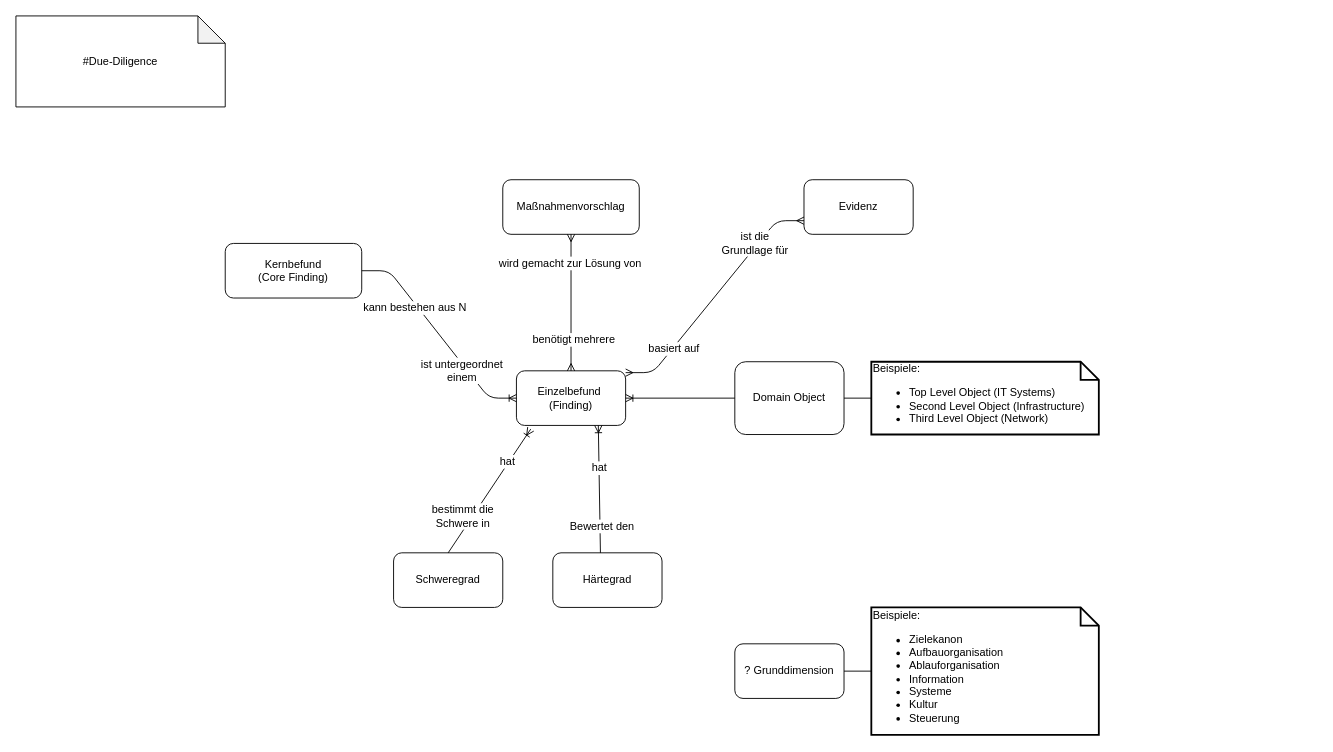
Above: informationsmodell.drawio in fguendling/due-diligence-tool (draw.io), before the change. Source tidied: cells renumbered, new cells numbered last; positions are measured from the earlier drawing's top-left corner, leaving out a move shared by most shapes. Both pictures are drawn from the tidied source at 91%, with x=0, y=0 at pixel (15, 15).
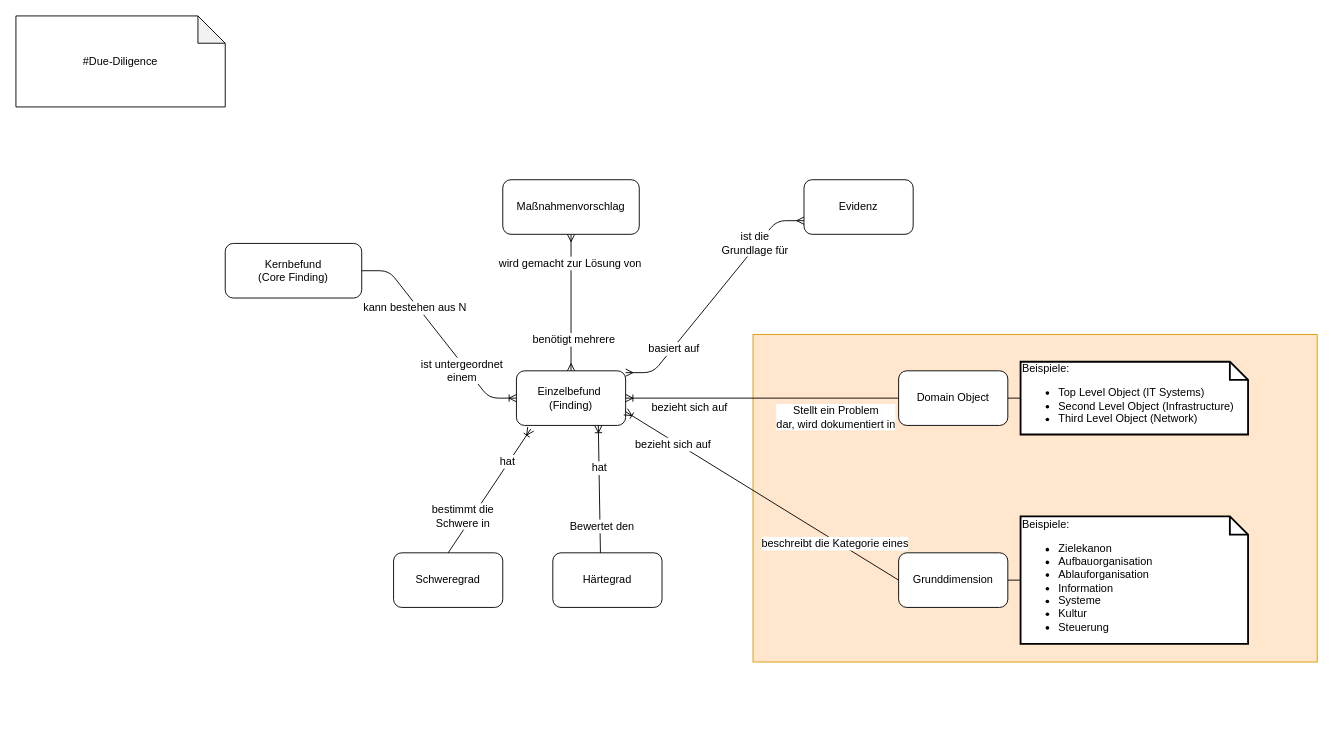
Above is the later version.

The change refers to these unchanged cells:
```xml
<mxCell id="3" value="&lt;span style=&quot;white-space: normal&quot;&gt;Einzelbefund&amp;nbsp;&lt;/span&gt;&lt;br style=&quot;white-space: normal&quot;&gt;&lt;span style=&quot;white-space: normal&quot;&gt;(Finding)&lt;/span&gt;" style="rounded=1;whiteSpace=wrap;html=1;" parent="1" vertex="1">
  <mxGeometry x="550" y="390" width="120" height="60" as="geometry" />
</mxCell>
<mxCell id="26" style="fontSize=12;html=1;endArrow=ERoneToMany;entryX=1;entryY=0.5;entryDx=0;entryDy=0;exitX=0;exitY=0.5;exitDx=0;exitDy=0;" parent="1" edge="1" source="11" target="3">
  <mxGeometry relative="1" as="geometry" />
</mxCell>
```

Diff of the diagram source:
```diff
@@
+    <mxCell id="31" style="rounded=0;whiteSpace=wrap;html=1;fillColor=#ffe6cc;strokeColor=#d79b00;" parent="1" vertex="1">
+      <mxGeometry x="810" y="350" width="620" height="360" as="geometry" />
+    </mxCell>
@@
-    <mxCell id="5" value="? Grunddimension" style="rounded=1;whiteSpace=wrap;html=1;" parent="1" vertex="1">
-      <mxGeometry x="790" y="690" width="120" height="60" as="geometry" />
+    <mxCell id="5" value="Grunddimension" style="rounded=1;whiteSpace=wrap;html=1;" parent="1" vertex="1">
+      <mxGeometry x="970" y="590" width="120" height="60" as="geometry" />
     </mxCell>
@@
     <mxCell id="11" value="Domain Object" style="rounded=1;whiteSpace=wrap;html=1;align=center;" parent="1" vertex="1">
-      <mxGeometry x="790" y="380" width="120" height="80" as="geometry" />
+      <mxGeometry x="970" y="390" width="120" height="60" as="geometry" />
     </mxCell>
     <mxCell id="12" value="&lt;span style=&quot;font-size: 12px&quot;&gt;Beispiele:&amp;nbsp;&lt;/span&gt;&lt;br style=&quot;font-size: 12px&quot;&gt;&lt;ul style=&quot;font-size: 12px&quot;&gt;&lt;li&gt;Top Level Object (IT Systems)&lt;/li&gt;&lt;li&gt;Second Level Object (Infrastructure)&lt;/li&gt;&lt;li&gt;Third Level Object (Network)&lt;/li&gt;&lt;/ul&gt;" style="shape=note;strokeWidth=2;fontSize=14;size=20;whiteSpace=wrap;html=1;align=left;" parent="1" vertex="1">
-      <mxGeometry x="940" y="380" width="250" height="80" as="geometry" />
+      <mxGeometry x="1104" y="380" width="250" height="80" as="geometry" />
     </mxCell>
@@
     <mxCell id="14" value="&lt;span style=&quot;font-size: 12px&quot;&gt;Beispiele:&amp;nbsp;&lt;/span&gt;&lt;br style=&quot;font-size: 12px&quot;&gt;&lt;ul style=&quot;font-size: 12px&quot;&gt;&lt;li&gt;Zielekanon&lt;/li&gt;&lt;li&gt;Aufbauorganisation&lt;/li&gt;&lt;li&gt;Ablauforganisation&lt;/li&gt;&lt;li&gt;Information&lt;/li&gt;&lt;li&gt;Systeme&lt;/li&gt;&lt;li&gt;Kultur&lt;/li&gt;&lt;li&gt;Steuerung&lt;/li&gt;&lt;/ul&gt;" style="shape=note;strokeWidth=2;fontSize=14;size=20;whiteSpace=wrap;html=1;align=left;" parent="1" vertex="1">
-      <mxGeometry x="940" y="650" width="250" height="140" as="geometry" />
+      <mxGeometry x="1104" y="550" width="250" height="140" as="geometry" />
     </mxCell>
@@
+    <mxCell id="32" value="bezieht sich auf" style="text;html=1;align=center;verticalAlign=middle;labelBackgroundColor=#ffffff;" parent="26" vertex="1">
+      <mxGeometry x="-0.13" y="4" relative="1" as="geometry">
+        <mxPoint x="-100" y="6" as="offset" />
+      </mxGeometry>
+    </mxCell>
+    <mxCell id="33" value="Stellt ein Problem &lt;br&gt;dar,&amp;nbsp;wird dokumentiert in" style="text;html=1;align=center;verticalAlign=middle;labelBackgroundColor=#ffffff;" parent="26" vertex="1">
+      <mxGeometry x="-0.81" relative="1" as="geometry">
+        <mxPoint x="-42" y="20" as="offset" />
+      </mxGeometry>
+    </mxCell>
@@
+    <mxCell id="34" style="fontSize=12;html=1;endArrow=ERoneToMany;entryX=1;entryY=0.75;entryDx=0;entryDy=0;exitX=0;exitY=0.5;exitDx=0;exitDy=0;" parent="1" edge="1" source="5" target="3">
+      <mxGeometry relative="1" as="geometry" />
+    </mxCell>
+    <mxCell id="35" value="bezieht sich auf" style="text;html=1;align=center;verticalAlign=middle;labelBackgroundColor=#ffffff;" parent="34" vertex="1">
+      <mxGeometry x="0.65" y="4" relative="1" as="geometry">
+        <mxPoint x="1" as="offset" />
+      </mxGeometry>
+    </mxCell>
+    <mxCell id="36" value="beschreibt die Kategorie eines" style="text;html=1;align=center;verticalAlign=middle;labelBackgroundColor=#ffffff;" parent="34" vertex="1">
+      <mxGeometry x="-0.77" relative="1" as="geometry">
+        <mxPoint x="-36" y="-19" as="offset" />
+      </mxGeometry>
+    </mxCell>
```
